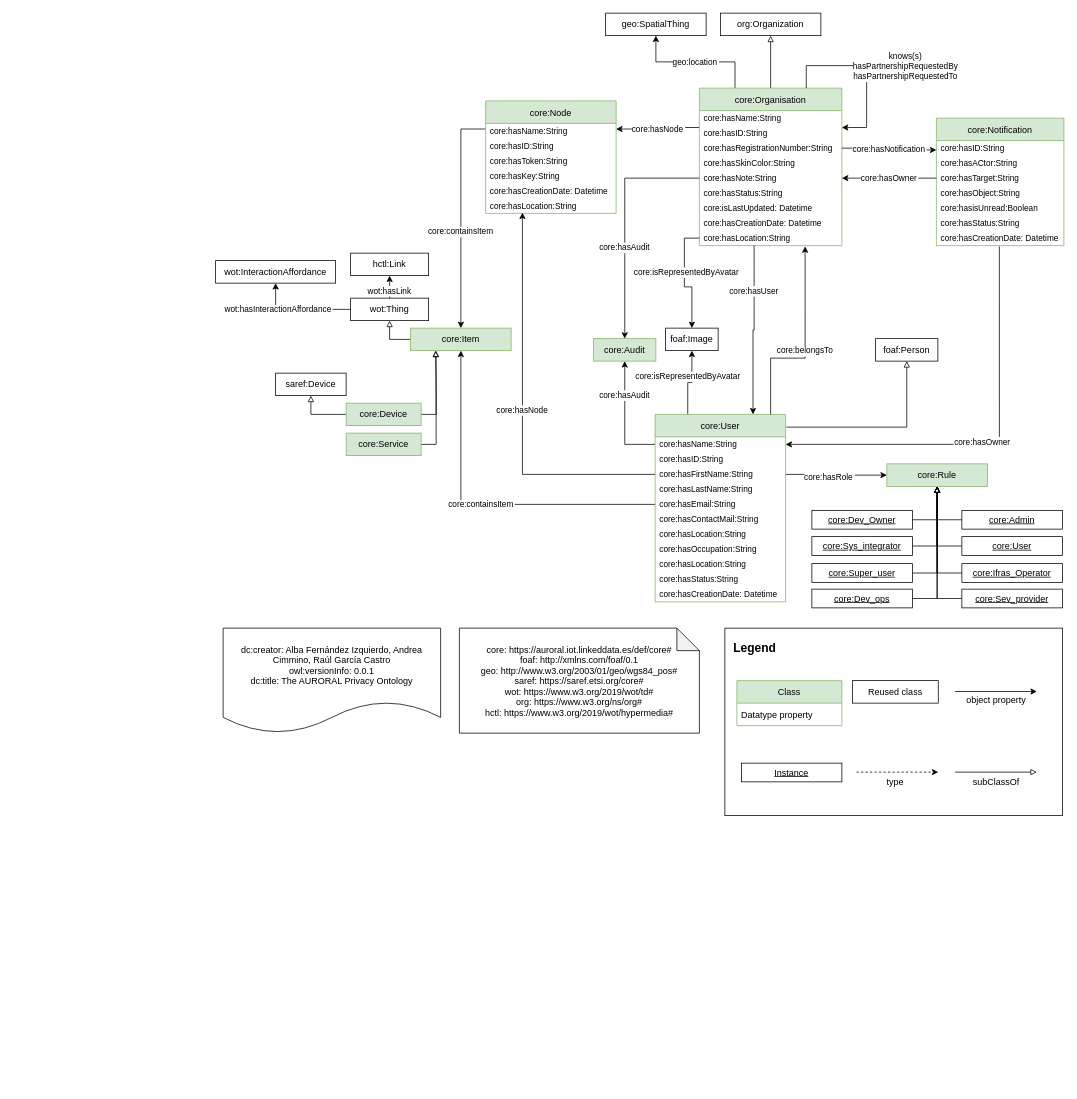
The draw.io diagram diagrams/core.drawio in oeg-upm/auroral-core-ontology, before the edit. Source tidied: cells renumbered, new cells numbered last; positions are measured from the earlier drawing's top-left corner, leaving out a move shared by most shapes. Both pictures are drawn from the tidied source at 75%, with x=0, y=0 at pixel (215, 13).
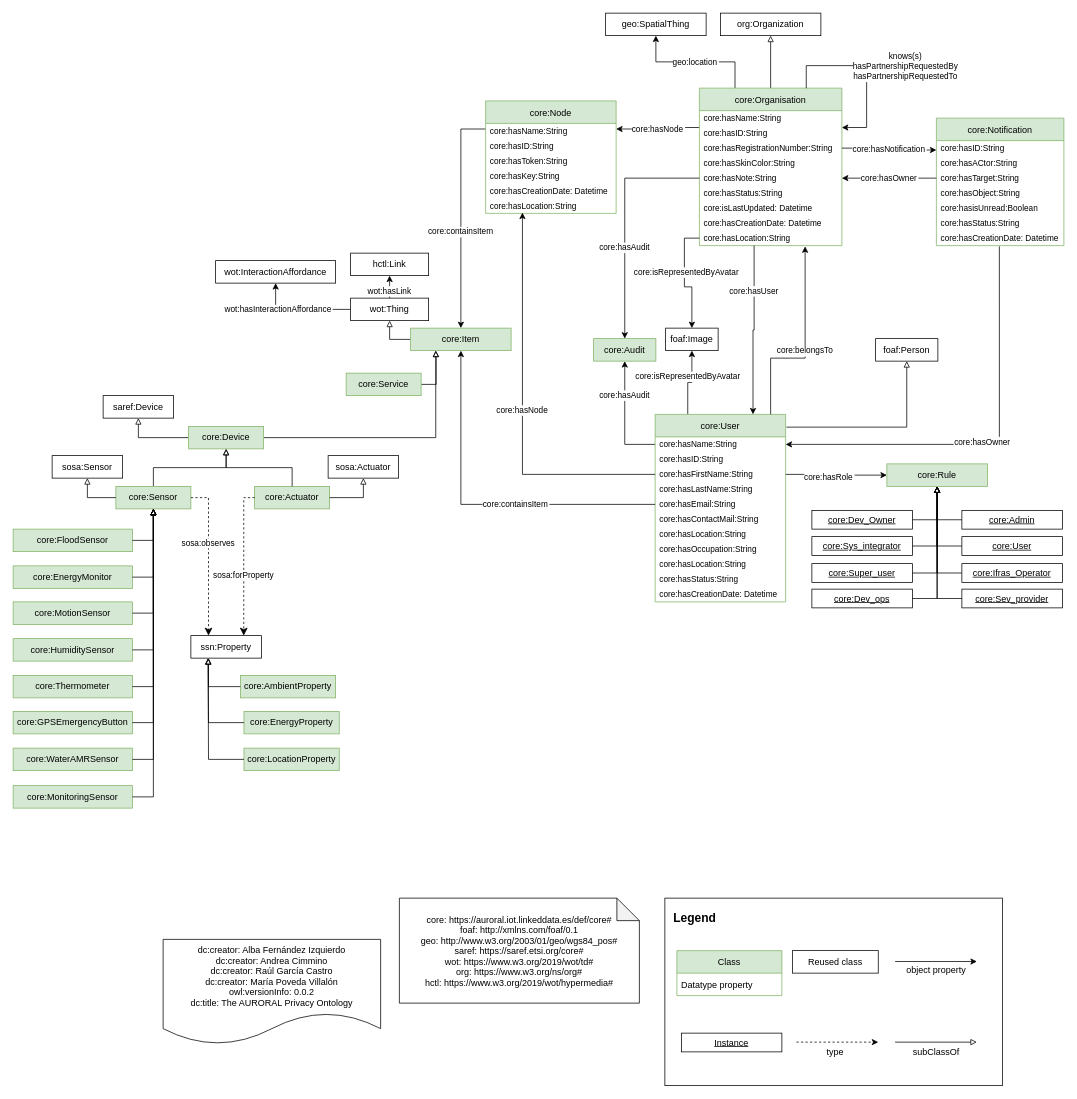
After the change.

Unchanged cells that the change refers to:
```xml
<mxCell id="31" value="core:hasEmail:String" style="text;strokeColor=none;fillColor=none;align=left;verticalAlign=middle;spacingLeft=4;spacingRight=4;overflow=hidden;points=[[0,0.5],[1,0.5]];portConstraint=eastwest;fontSize=11;" parent="26" vertex="1">
  <mxGeometry y="110" width="174" height="20" as="geometry" />
</mxCell>
<mxCell id="53" value="core:Item" style="rounded=0;whiteSpace=wrap;html=1;fillColor=#d5e8d4;strokeColor=#82b366;" parent="1" vertex="1">
  <mxGeometry x="260" y="420" width="134" height="30" as="geometry" />
</mxCell>
```

Change to the diagram source:
```diff
@@
-    <mxCell id="4" value="dc:creator: Alba Fernández Izquierdo, Andrea &#10;Cimmino, Raúl García Castro&#10;owl:versionInfo: 0.0.1&#10;dc:title: The AURORAL Privacy Ontology" style="shape=document;boundedLbl=1;" parent="1" vertex="1">
-      <mxGeometry x="10" y="820" width="290" height="140" as="geometry" />
+    <mxCell id="4" value="dc:creator: Alba Fernández Izquierdo&#10;dc:creator: Andrea Cimmino&#10;dc:creator: Raúl García Castro&#10;dc:creator: María Poveda Villalón&#10;owl:versionInfo: 0.0.2&#10;dc:title: The AURORAL Privacy Ontology" style="shape=document;boundedLbl=1;" parent="1" vertex="1">
+      <mxGeometry x="-70" y="1235" width="290" height="140" as="geometry" />
     </mxCell>
     <mxCell id="5" value="core: https://auroral.iot.linkeddata.es/def/core#&#10;foaf: http://xmlns.com/foaf/0.1&#10;geo: http://www.w3.org/2003/01/geo/wgs84_pos#&#10;saref: https://saref.etsi.org/core#&#10;wot: https://www.w3.org/2019/wot/td#&#10;org: https://www.w3.org/ns/org#&#10;hctl: https://www.w3.org/2019/wot/hypermedia#" style="shape=note;backgroundOutline=1;darkOpacity=0.05;" parent="1" vertex="1">
-      <mxGeometry x="325" y="820" width="320" height="140" as="geometry" />
+      <mxGeometry x="245" y="1180" width="320" height="140" as="geometry" />
     </mxCell>
@@
     <mxCell id="60" value="saref:Device" style="rounded=0;whiteSpace=wrap;html=1;" parent="1" vertex="1">
-      <mxGeometry x="80" y="480" width="94" height="30" as="geometry" />
+      <mxGeometry x="-150" y="510" width="94" height="30" as="geometry" />
     </mxCell>
@@
     <mxCell id="63" value="core:Device" style="rounded=0;whiteSpace=wrap;html=1;fillColor=#d5e8d4;strokeColor=#82b366;" parent="1" vertex="1">
-      <mxGeometry x="174" y="520" width="100" height="30" as="geometry" />
+      <mxGeometry x="-36" y="551" width="100" height="30" as="geometry" />
     </mxCell>
@@
     <mxCell id="65" value="core:Service" style="rounded=0;whiteSpace=wrap;html=1;fillColor=#d5e8d4;strokeColor=#82b366;" parent="1" vertex="1">
-      <mxGeometry x="174" y="560" width="100" height="30" as="geometry" />
+      <mxGeometry x="174" y="480" width="100" height="30" as="geometry" />
     </mxCell>
@@
     <mxCell id="93" value="core:containsItem" style="edgeStyle=orthogonalEdgeStyle;rounded=0;jettySize=auto;entryX=0.5;entryY=1;entryDx=0;entryDy=0;fontSize=11;endArrow=classic;endFill=1;exitX=0;exitY=0.5;exitDx=0;exitDy=0;" parent="1" edge="1" source="31" target="53">
-      <mxGeometry relative="1" as="geometry">
+      <mxGeometry x="-0.2" relative="1" as="geometry">
         <Array as="points">
           <mxPoint x="327" y="655" />
         </Array>
       </mxGeometry>
     </mxCell>
@@
     <mxCell id="97" style="rounded=0;whiteSpace=wrap;html=1;" parent="1" vertex="1">
-      <mxGeometry x="679" y="820" width="450" height="250" as="geometry" />
+      <mxGeometry x="599" y="1180" width="450" height="250" as="geometry" />
     </mxCell>
     <mxCell id="98" value="Legend" style="text;strokeColor=none;fillColor=none;align=center;verticalAlign=middle;rounded=0;fontStyle=1;fontSize=16;" parent="1" vertex="1">
-      <mxGeometry x="689" y="830" width="60" height="30" as="geometry" />
+      <mxGeometry x="609" y="1190" width="60" height="30" as="geometry" />
     </mxCell>
     <mxCell id="99" value="Class" style="swimlane;fontStyle=0;horizontal=1;startSize=30;fillColor=#d5e8d4;strokeColor=#82b366;" parent="1" vertex="1">
-      <mxGeometry x="695" y="890" width="140" height="60" as="geometry" />
+      <mxGeometry x="615" y="1250" width="140" height="60" as="geometry" />
     </mxCell>
@@
     <mxCell id="101" value="&lt;u&gt;Instance&lt;/u&gt;" style="rounded=0;whiteSpace=wrap;html=1;" parent="1" vertex="1">
-      <mxGeometry x="701" y="1000" width="134" height="25" as="geometry" />
+      <mxGeometry x="621" y="1360" width="134" height="25" as="geometry" />
     </mxCell>
     <mxCell id="102" value="Reused class" style="rounded=0;whiteSpace=wrap;html=1;" parent="1" vertex="1">
-      <mxGeometry x="849" y="890" width="114.5" height="30" as="geometry" />
+      <mxGeometry x="769" y="1250" width="114.5" height="30" as="geometry" />
     </mxCell>
     <mxCell id="103" style="edgeStyle=orthogonalEdgeStyle;rounded=0;orthogonalLoop=1;jettySize=auto;html=1;endArrow=classic;endFill=1;dashed=1;" parent="1" edge="1">
       <mxGeometry relative="1" as="geometry">
-        <mxPoint x="854.5" y="1012" as="sourcePoint" />
-        <mxPoint x="963.5" y="1012" as="targetPoint" />
+        <mxPoint x="774.5" y="1372" as="sourcePoint" />
+        <mxPoint x="883.5" y="1372" as="targetPoint" />
         <Array as="points">
-          <mxPoint x="854.5" y="1012" />
+          <mxPoint x="774.5" y="1372" />
         </Array>
       </mxGeometry>
     </mxCell>
     <mxCell id="104" style="edgeStyle=orthogonalEdgeStyle;rounded=0;orthogonalLoop=1;jettySize=auto;html=1;endArrow=classic;endFill=1;" parent="1" edge="1">
       <mxGeometry relative="1" as="geometry">
-        <mxPoint x="986" y="904.5" as="sourcePoint" />
-        <mxPoint x="1095" y="904.5" as="targetPoint" />
+        <mxPoint x="906" y="1264.5" as="sourcePoint" />
+        <mxPoint x="1015" y="1264.5" as="targetPoint" />
         <Array as="points">
-          <mxPoint x="986" y="904.5" />
+          <mxPoint x="906" y="1264.5" />
         </Array>
       </mxGeometry>
     </mxCell>
     <mxCell id="105" style="edgeStyle=orthogonalEdgeStyle;rounded=0;orthogonalLoop=1;jettySize=auto;html=1;endArrow=block;endFill=0;" parent="1" edge="1">
       <mxGeometry relative="1" as="geometry">
-        <mxPoint x="986" y="1012" as="sourcePoint" />
-        <mxPoint x="1095" y="1012" as="targetPoint" />
+        <mxPoint x="906" y="1372" as="sourcePoint" />
+        <mxPoint x="1015" y="1372" as="targetPoint" />
         <Array as="points">
-          <mxPoint x="986" y="1012" />
+          <mxPoint x="906" y="1372" />
         </Array>
       </mxGeometry>
     </mxCell>
     <mxCell id="106" value="type" style="text;strokeColor=none;fillColor=none;align=center;verticalAlign=middle;rounded=0;" parent="1" vertex="1">
-      <mxGeometry x="876.2" y="1010" width="60" height="30" as="geometry" />
+      <mxGeometry x="796.2" y="1370" width="60" height="30" as="geometry" />
     </mxCell>
     <mxCell id="107" value="object property" style="text;strokeColor=none;fillColor=none;align=center;verticalAlign=middle;rounded=0;" parent="1" vertex="1">
-      <mxGeometry x="986" y="900" width="110" height="30" as="geometry" />
+      <mxGeometry x="906" y="1260" width="110" height="30" as="geometry" />
     </mxCell>
     <mxCell id="108" value="subClassOf" style="text;strokeColor=none;fillColor=none;align=center;verticalAlign=middle;rounded=0;" parent="1" vertex="1">
-      <mxGeometry x="986" y="1010" width="110" height="30" as="geometry" />
+      <mxGeometry x="906" y="1370" width="110" height="30" as="geometry" />
     </mxCell>
+    <mxCell id="109" style="edgeStyle=orthogonalEdgeStyle;rounded=0;jettySize=auto;html=1;exitX=0.5;exitY=0;exitDx=0;exitDy=0;fontSize=11;endArrow=block;endFill=0;entryX=0.5;entryY=1;entryDx=0;entryDy=0;" parent="1" edge="1" source="110" target="63">
+      <mxGeometry relative="1" as="geometry" />
+    </mxCell>
+    <mxCell id="110" value="core:Sensor" style="rounded=0;whiteSpace=wrap;html=1;fillColor=#d5e8d4;strokeColor=#82b366;" parent="1" vertex="1">
+      <mxGeometry x="-133" y="631" width="100" height="30" as="geometry" />
+    </mxCell>
+    <mxCell id="111" value="core:Actuator" style="rounded=0;whiteSpace=wrap;html=1;fillColor=#d5e8d4;strokeColor=#82b366;" parent="1" vertex="1">
+      <mxGeometry x="52" y="631" width="100" height="30" as="geometry" />
+    </mxCell>
+    <mxCell id="112" style="edgeStyle=orthogonalEdgeStyle;rounded=0;jettySize=auto;html=1;exitX=0.5;exitY=0;exitDx=0;exitDy=0;fontSize=11;endArrow=block;endFill=0;entryX=0.5;entryY=1;entryDx=0;entryDy=0;" parent="1" edge="1" source="111" target="63">
+      <mxGeometry relative="1" as="geometry" />
+    </mxCell>
+    <mxCell id="113" value="sosa:Sensor" style="rounded=0;whiteSpace=wrap;html=1;" parent="1" vertex="1">
+      <mxGeometry x="-218" y="590" width="94" height="30" as="geometry" />
+    </mxCell>
+    <mxCell id="114" value="sosa:Actuator" style="rounded=0;whiteSpace=wrap;html=1;" parent="1" vertex="1">
+      <mxGeometry x="150" y="590" width="94" height="30" as="geometry" />
+    </mxCell>
+    <mxCell id="115" style="edgeStyle=orthogonalEdgeStyle;rounded=0;jettySize=auto;html=1;exitX=0;exitY=0.5;exitDx=0;exitDy=0;entryX=0.5;entryY=1;entryDx=0;entryDy=0;fontSize=11;endArrow=block;endFill=0;" parent="1" edge="1" source="110" target="113">
+      <mxGeometry relative="1" as="geometry" />
+    </mxCell>
+    <mxCell id="116" style="edgeStyle=orthogonalEdgeStyle;rounded=0;jettySize=auto;html=1;exitX=1;exitY=0.5;exitDx=0;exitDy=0;entryX=0.5;entryY=1;entryDx=0;entryDy=0;fontSize=11;endArrow=block;endFill=0;" parent="1" edge="1" source="111" target="114">
+      <mxGeometry relative="1" as="geometry" />
+    </mxCell>
+    <mxCell id="117" value="ssn:Property" style="rounded=0;whiteSpace=wrap;html=1;" parent="1" vertex="1">
+      <mxGeometry x="-33" y="830" width="94" height="30" as="geometry" />
+    </mxCell>
+    <mxCell id="118" style="endArrow=classic;html=1;exitX=1;exitY=0.5;exitDx=0;exitDy=0;entryX=0.25;entryY=0;entryDx=0;entryDy=0;endSize=8;dashed=1;arcSize=0;edgeStyle=orthogonalEdgeStyle;" parent="1" edge="1" source="110" target="117">
+      <mxGeometry relative="1" as="geometry" />
+    </mxCell>
+    <mxCell id="119" value="&lt;div&gt;sosa:observes&lt;/div&gt;" style="edgeLabel;html=1;align=center;verticalAlign=middle;" parent="118" vertex="1">
+      <mxGeometry x="-0.19" y="-1" relative="1" as="geometry" />
+    </mxCell>
+    <mxCell id="120" style="endArrow=classic;html=1;entryX=0.75;entryY=0;entryDx=0;entryDy=0;endSize=8;dashed=1;arcSize=0;edgeStyle=orthogonalEdgeStyle;exitX=0;exitY=0.5;exitDx=0;exitDy=0;" parent="1" edge="1" source="111" target="117">
+      <mxGeometry relative="1" as="geometry" />
+    </mxCell>
+    <mxCell id="121" value="&lt;div&gt;sosa:forProperty&lt;/div&gt;" style="edgeLabel;html=1;align=center;verticalAlign=middle;" parent="120" vertex="1">
+      <mxGeometry x="-0.19" y="-1" relative="1" as="geometry">
+        <mxPoint y="38" as="offset" />
+      </mxGeometry>
+    </mxCell>
+    <mxCell id="122" value="core:FloodSensor" style="rounded=0;whiteSpace=wrap;html=1;fillColor=#d5e8d4;strokeColor=#82b366;" parent="1" vertex="1">
+      <mxGeometry x="-270" y="688" width="159" height="30" as="geometry" />
+    </mxCell>
+    <mxCell id="123" style="edgeStyle=orthogonalEdgeStyle;rounded=0;jettySize=auto;html=1;fontSize=11;endArrow=block;endFill=0;exitX=1;exitY=0.5;exitDx=0;exitDy=0;entryX=0.5;entryY=1;entryDx=0;entryDy=0;" parent="1" edge="1" source="122" target="110">
+      <mxGeometry relative="1" as="geometry" />
+    </mxCell>
+    <mxCell id="124" value="core:EnergyMonitor" style="rounded=0;whiteSpace=wrap;html=1;fillColor=#d5e8d4;strokeColor=#82b366;" parent="1" vertex="1">
+      <mxGeometry x="-270" y="737" width="159" height="30" as="geometry" />
+    </mxCell>
+    <mxCell id="125" value="core:MotionSensor" style="rounded=0;whiteSpace=wrap;html=1;fillColor=#d5e8d4;strokeColor=#82b366;" parent="1" vertex="1">
+      <mxGeometry x="-270" y="785" width="159" height="30" as="geometry" />
+    </mxCell>
+    <mxCell id="126" style="edgeStyle=orthogonalEdgeStyle;rounded=0;jettySize=auto;html=1;fontSize=11;endArrow=block;endFill=0;exitX=1;exitY=0.5;exitDx=0;exitDy=0;entryX=0.5;entryY=1;entryDx=0;entryDy=0;" parent="1" edge="1" source="124" target="110">
+      <mxGeometry relative="1" as="geometry" />
+    </mxCell>
+    <mxCell id="127" style="edgeStyle=orthogonalEdgeStyle;rounded=0;jettySize=auto;html=1;entryX=0.5;entryY=1;entryDx=0;entryDy=0;fontSize=11;endArrow=block;endFill=0;exitX=1;exitY=0.5;exitDx=0;exitDy=0;" parent="1" edge="1" source="125" target="110">
+      <mxGeometry relative="1" as="geometry" />
+    </mxCell>
+    <mxCell id="128" value="core:HumiditySensor" style="rounded=0;whiteSpace=wrap;html=1;fillColor=#d5e8d4;strokeColor=#82b366;" parent="1" vertex="1">
+      <mxGeometry x="-270" y="834" width="159" height="30" as="geometry" />
+    </mxCell>
+    <mxCell id="129" value="core:Thermometer" style="rounded=0;whiteSpace=wrap;html=1;fillColor=#d5e8d4;strokeColor=#82b366;" parent="1" vertex="1">
+      <mxGeometry x="-270" y="883" width="159" height="30" as="geometry" />
+    </mxCell>
+    <mxCell id="130" style="edgeStyle=orthogonalEdgeStyle;rounded=0;jettySize=auto;html=1;fontSize=11;endArrow=block;endFill=0;exitX=1;exitY=0.5;exitDx=0;exitDy=0;entryX=0.5;entryY=1;entryDx=0;entryDy=0;" parent="1" edge="1" source="128" target="110">
+      <mxGeometry relative="1" as="geometry" />
+    </mxCell>
+    <mxCell id="131" style="edgeStyle=orthogonalEdgeStyle;rounded=0;jettySize=auto;html=1;fontSize=11;endArrow=block;endFill=0;exitX=1;exitY=0.5;exitDx=0;exitDy=0;entryX=0.5;entryY=1;entryDx=0;entryDy=0;" parent="1" edge="1" source="129" target="110">
+      <mxGeometry relative="1" as="geometry" />
+    </mxCell>
+    <mxCell id="132" value="core:GPSEmergencyButton" style="rounded=0;whiteSpace=wrap;html=1;fillColor=#d5e8d4;strokeColor=#82b366;" parent="1" vertex="1">
+      <mxGeometry x="-270" y="931" width="159" height="30" as="geometry" />
+    </mxCell>
+    <mxCell id="133" value="core:WaterAMRSensor" style="rounded=0;whiteSpace=wrap;html=1;fillColor=#d5e8d4;strokeColor=#82b366;" parent="1" vertex="1">
+      <mxGeometry x="-270" y="980" width="159" height="30" as="geometry" />
+    </mxCell>
+    <mxCell id="134" style="edgeStyle=orthogonalEdgeStyle;rounded=0;jettySize=auto;html=1;fontSize=11;endArrow=block;endFill=0;exitX=1;exitY=0.5;exitDx=0;exitDy=0;entryX=0.5;entryY=1;entryDx=0;entryDy=0;" parent="1" edge="1" source="132" target="110">
+      <mxGeometry relative="1" as="geometry" />
+    </mxCell>
+    <mxCell id="135" style="edgeStyle=orthogonalEdgeStyle;rounded=0;jettySize=auto;html=1;fontSize=11;endArrow=block;endFill=0;exitX=1;exitY=0.5;exitDx=0;exitDy=0;entryX=0.5;entryY=1;entryDx=0;entryDy=0;" parent="1" edge="1" source="133" target="110">
+      <mxGeometry relative="1" as="geometry" />
+    </mxCell>
+    <mxCell id="136" value="core:MonitoringSensor" style="rounded=0;whiteSpace=wrap;html=1;fillColor=#d5e8d4;strokeColor=#82b366;" parent="1" vertex="1">
+      <mxGeometry x="-270" y="1030" width="159" height="30" as="geometry" />
+    </mxCell>
+    <mxCell id="137" style="edgeStyle=orthogonalEdgeStyle;rounded=0;jettySize=auto;html=1;fontSize=11;endArrow=block;endFill=0;exitX=1;exitY=0.5;exitDx=0;exitDy=0;entryX=0.5;entryY=1;entryDx=0;entryDy=0;" parent="1" edge="1" source="136" target="110">
+      <mxGeometry relative="1" as="geometry" />
+    </mxCell>
+    <mxCell id="138" value="core:AmbientProperty" style="rounded=0;whiteSpace=wrap;html=1;fillColor=#d5e8d4;strokeColor=#82b366;" parent="1" vertex="1">
+      <mxGeometry x="33" y="883" width="127" height="30" as="geometry" />
+    </mxCell>
+    <mxCell id="139" style="edgeStyle=orthogonalEdgeStyle;rounded=0;jettySize=auto;html=1;fontSize=11;endArrow=block;endFill=0;exitX=0;exitY=0.5;exitDx=0;exitDy=0;entryX=0.25;entryY=1;entryDx=0;entryDy=0;" parent="1" edge="1" source="138" target="117">
+      <mxGeometry relative="1" as="geometry" />
+    </mxCell>
+    <mxCell id="140" value="core:EnergyProperty" style="rounded=0;whiteSpace=wrap;html=1;fillColor=#d5e8d4;strokeColor=#82b366;" parent="1" vertex="1">
+      <mxGeometry x="37.8" y="931" width="127" height="30" as="geometry" />
+    </mxCell>
+    <mxCell id="141" style="edgeStyle=orthogonalEdgeStyle;rounded=0;jettySize=auto;html=1;fontSize=11;endArrow=block;endFill=0;exitX=0;exitY=0.5;exitDx=0;exitDy=0;" parent="1" edge="1" source="140">
+      <mxGeometry relative="1" as="geometry">
+        <mxPoint x="-10" y="860" as="targetPoint" />
+      </mxGeometry>
+    </mxCell>
+    <mxCell id="142" value="core:LocationProperty" style="rounded=0;whiteSpace=wrap;html=1;fillColor=#d5e8d4;strokeColor=#82b366;" parent="1" vertex="1">
+      <mxGeometry x="37.8" y="980" width="127" height="30" as="geometry" />
+    </mxCell>
+    <mxCell id="143" style="edgeStyle=orthogonalEdgeStyle;rounded=0;jettySize=auto;html=1;fontSize=11;endArrow=block;endFill=0;exitX=0;exitY=0.5;exitDx=0;exitDy=0;" parent="1" edge="1" source="142">
+      <mxGeometry relative="1" as="geometry">
+        <mxPoint x="-10" y="860" as="targetPoint" />
+      </mxGeometry>
+    </mxCell>
```
